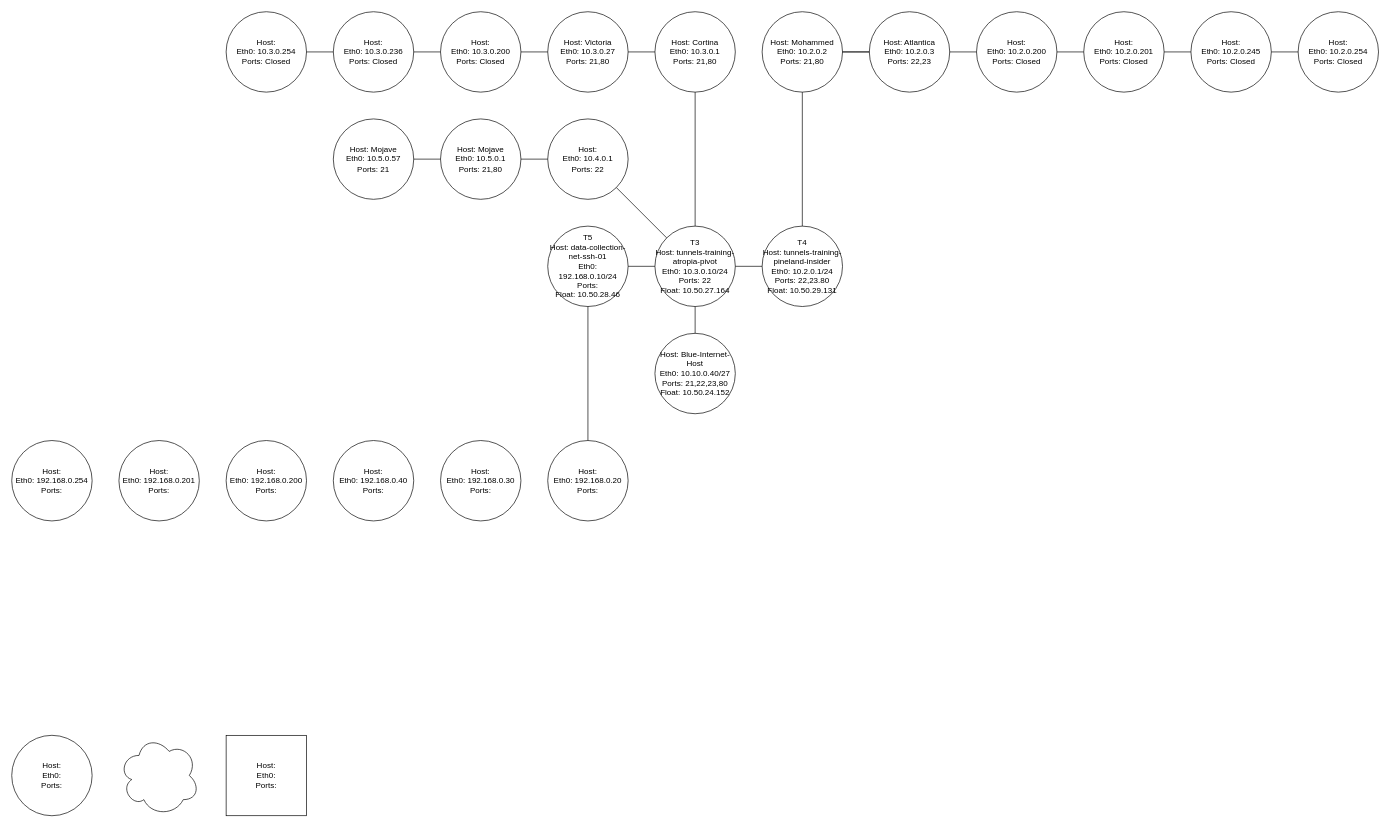
This is TunnelTraining.drawio from matthewjrobinson24/networking, a draw.io file, before an edit. Source tidied: cells renumbered, new cells numbered last; positions are measured from the earlier drawing's top-left corner, leaving out a move shared by most shapes. Both pictures are drawn from the tidied source at 67%, with x=0, y=0 at pixel (11, 11).
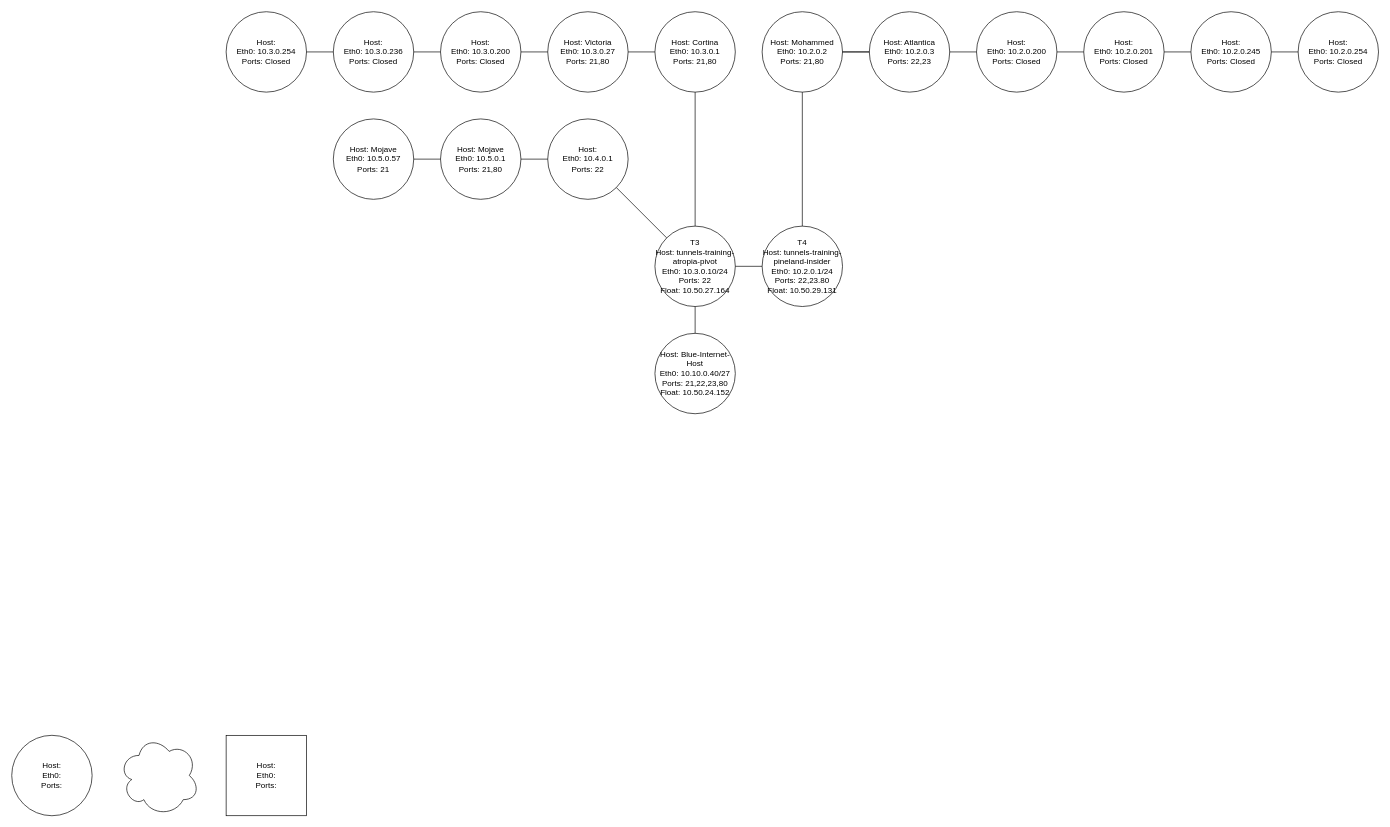
After the change.

The change refers to these unchanged cells:
```xml
<mxCell id="5" value="&lt;div&gt;T3&lt;br&gt;&lt;/div&gt;&lt;div&gt;Host: tunnels-training-atropia-pivot&lt;br&gt;&lt;/div&gt;&lt;div&gt;Eth0: 10.3.0.10/24&lt;br&gt;&lt;/div&gt;&lt;div&gt;Ports: 22&lt;/div&gt;&lt;div&gt;Float: 10.50.27.164&lt;br&gt;&lt;/div&gt;" style="ellipse;whiteSpace=wrap;html=1;" parent="1" vertex="1">
  <mxGeometry x="960" y="320" width="120" height="120" as="geometry" />
</mxCell>
```

Change to the diagram source:
```diff
@@
-    <mxCell id="21" value="&lt;div&gt;T5&lt;br&gt;&lt;/div&gt;&lt;div&gt;Host: data-collection-net-ssh-01&lt;br&gt;&lt;/div&gt;&lt;div&gt;Eth0: 192.168.0.10/24&lt;br&gt;&lt;/div&gt;&lt;div&gt;Ports: &lt;br&gt;&lt;/div&gt;&lt;div&gt;Float: 10.50.28.46&lt;br&gt;&lt;/div&gt;" style="ellipse;whiteSpace=wrap;html=1;" parent="1" vertex="1">
-      <mxGeometry x="800" y="320" width="120" height="120" as="geometry" />
-    </mxCell>
@@
-    <mxCell id="40" value="&lt;div&gt;Host: &lt;br&gt;&lt;/div&gt;&lt;div&gt;Eth0: 192.168.0.20&lt;br&gt;&lt;/div&gt;&lt;div&gt;Ports: &lt;br&gt;&lt;/div&gt;" style="ellipse;whiteSpace=wrap;html=1;" parent="1" vertex="1">
-      <mxGeometry x="800" y="640" width="120" height="120" as="geometry" />
-    </mxCell>
-    <mxCell id="41" style="endArrow=none;html=1;rounded=0;entryX=0.5;entryY=1;entryDx=0;entryDy=0;exitX=0.5;exitY=0;exitDx=0;exitDy=0;" parent="1" edge="1" source="40" target="21">
-      <mxGeometry relative="1" as="geometry" />
-    </mxCell>
-    <mxCell id="42" value="&lt;div&gt;Host: &lt;br&gt;&lt;/div&gt;&lt;div&gt;Eth0: 192.168.0.30&lt;br&gt;&lt;/div&gt;&lt;div&gt;Ports: &lt;br&gt;&lt;/div&gt;" style="ellipse;whiteSpace=wrap;html=1;" parent="1" vertex="1">
-      <mxGeometry x="640" y="640" width="120" height="120" as="geometry" />
-    </mxCell>
-    <mxCell id="43" value="&lt;div&gt;Host: &lt;br&gt;&lt;/div&gt;&lt;div&gt;Eth0: 192.168.0.40&lt;br&gt;&lt;/div&gt;&lt;div&gt;Ports: &lt;br&gt;&lt;/div&gt;" style="ellipse;whiteSpace=wrap;html=1;" parent="1" vertex="1">
-      <mxGeometry x="480" y="640" width="120" height="120" as="geometry" />
-    </mxCell>
-    <mxCell id="44" value="&lt;div&gt;Host: &lt;br&gt;&lt;/div&gt;&lt;div&gt;Eth0: 192.168.0.200&lt;br&gt;&lt;/div&gt;&lt;div&gt;Ports: &lt;br&gt;&lt;/div&gt;" style="ellipse;whiteSpace=wrap;html=1;" parent="1" vertex="1">
-      <mxGeometry x="320" y="640" width="120" height="120" as="geometry" />
-    </mxCell>
-    <mxCell id="45" value="&lt;div&gt;Host: &lt;br&gt;&lt;/div&gt;&lt;div&gt;Eth0: 192.168.0.201&lt;br&gt;&lt;/div&gt;&lt;div&gt;Ports: &lt;br&gt;&lt;/div&gt;" style="ellipse;whiteSpace=wrap;html=1;" parent="1" vertex="1">
-      <mxGeometry x="160" y="640" width="120" height="120" as="geometry" />
-    </mxCell>
-    <mxCell id="46" value="&lt;div&gt;Host: &lt;br&gt;&lt;/div&gt;&lt;div&gt;Eth0: 192.168.0.254&lt;br&gt;&lt;/div&gt;&lt;div&gt;Ports: &lt;br&gt;&lt;/div&gt;" style="ellipse;whiteSpace=wrap;html=1;" parent="1" vertex="1">
-      <mxGeometry y="640" width="120" height="120" as="geometry" />
-    </mxCell>
-    <mxCell id="47" style="endArrow=none;html=1;rounded=0;entryX=0;entryY=0.5;entryDx=0;entryDy=0;exitX=1;exitY=0.5;exitDx=0;exitDy=0;" parent="1" edge="1" source="21" target="5">
-      <mxGeometry relative="1" as="geometry" />
-    </mxCell>
```
